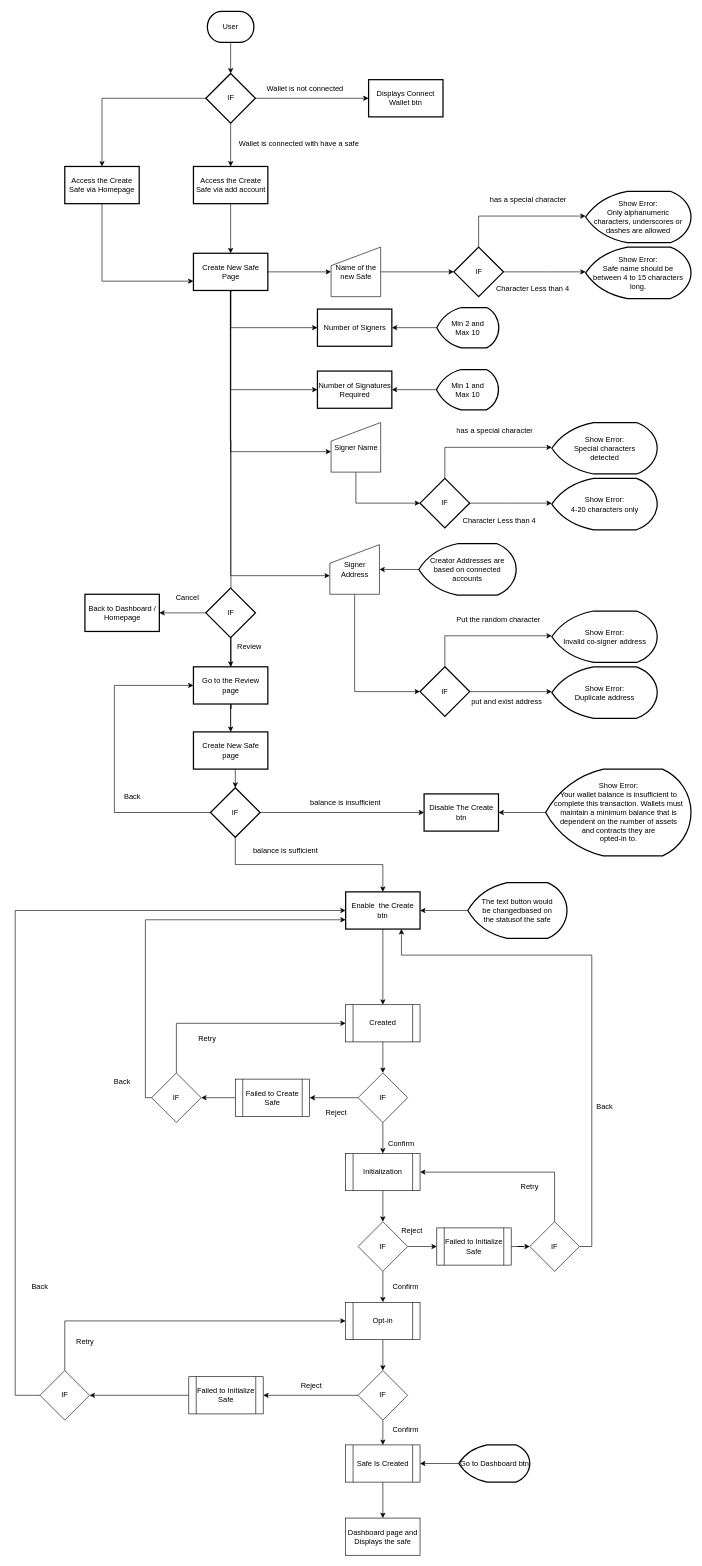
This is page "Create new Safe" (2 of 2) of AlgoSafe.drawio from RotamaPandi/AlgoSafe_WorkFlow, a draw.io file, before an edit. Source tidied: cells renumbered, new cells numbered last; positions are measured from the earlier drawing's top-left corner, leaving out a move shared by most shapes. Both pictures are drawn from the tidied source at 62%, with x=0, y=0 at pixel (15, 11).
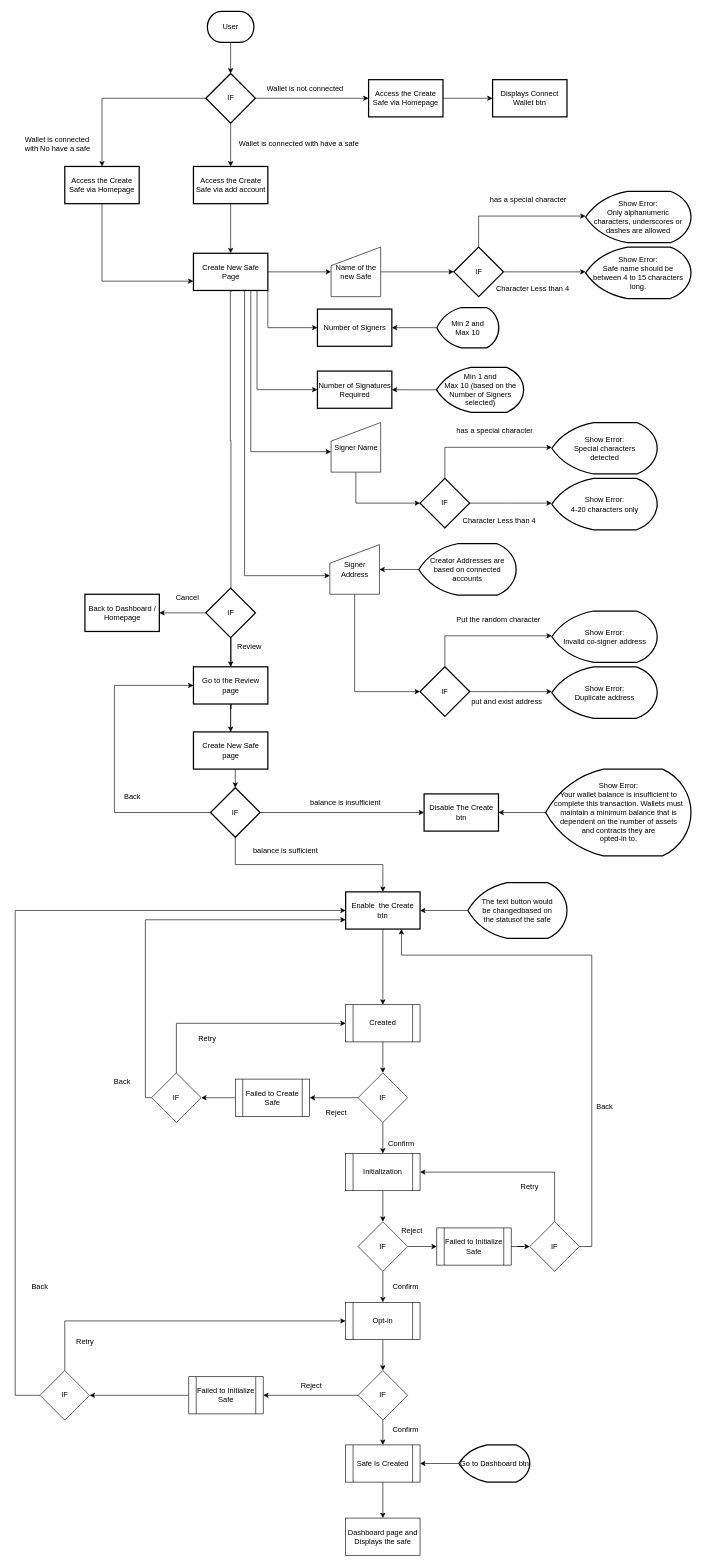
The same page after the edit.

The change refers to these unchanged cells:
```xml
<mxCell id="18" value="Create New Safe Page" style="whiteSpace=wrap;html=1;strokeWidth=2;" parent="1" vertex="1">
  <mxGeometry x="287.5" y="390" width="120" height="60" as="geometry" />
</mxCell>
<mxCell id="26" value="Number of Signers" style="whiteSpace=wrap;html=1;strokeWidth=2;" parent="1" vertex="1">
  <mxGeometry x="487.5" y="480" width="120" height="60" as="geometry" />
</mxCell>
<mxCell id="29" value="Number of Signatures Required" style="whiteSpace=wrap;html=1;strokeWidth=2;" parent="1" vertex="1">
  <mxGeometry x="487.5" y="580" width="120" height="60" as="geometry" />
</mxCell>
<mxCell id="62" value="Signer Name" style="shape=manualInput;whiteSpace=wrap;html=1;" parent="1" vertex="1">
  <mxGeometry x="509.5" y="663" width="80" height="80" as="geometry" />
</mxCell>
<mxCell id="63" value="Signer Address" style="shape=manualInput;whiteSpace=wrap;html=1;" parent="1" vertex="1">
  <mxGeometry x="507.5" y="860" width="80" height="80" as="geometry" />
</mxCell>
```

Diff of the diagram source:
```diff
@@
+    <mxCell id="128" style="edgeStyle=orthogonalEdgeStyle;rounded=0;jettySize=auto;html=1;" parent="1" edge="1" source="10" target="130">
+      <mxGeometry relative="1" as="geometry" />
+    </mxCell>
-    <mxCell id="10" value="Displays Connect Wallet btn" style="whiteSpace=wrap;html=1;strokeWidth=2;" parent="1" vertex="1">
+    <mxCell id="10" value="Access the Create Safe via Homepage" style="whiteSpace=wrap;html=1;strokeWidth=2;" parent="1" vertex="1">
       <mxGeometry x="570" y="110" width="120" height="60" as="geometry" />
     </mxCell>
@@
-    <mxCell id="16" style="edgeStyle=orthogonalEdgeStyle;rounded=0;jettySize=auto;html=1;" parent="1" edge="1" source="18" target="26">
+    <mxCell id="16" style="edgeStyle=orthogonalEdgeStyle;rounded=0;jettySize=auto;html=1;exitX=1;exitY=1;exitDx=0;exitDy=0;" parent="1" edge="1" source="18" target="26">
       <mxGeometry relative="1" as="geometry">
         <Array as="points">
-          <mxPoint x="348" y="510" />
+          <mxPoint x="407" y="510" />
         </Array>
       </mxGeometry>
     </mxCell>
@@
-    <mxCell id="25" style="edgeStyle=orthogonalEdgeStyle;rounded=0;jettySize=auto;html=1;exitX=0.5;exitY=1;exitDx=0;exitDy=0;entryX=0;entryY=0.5;entryDx=0;entryDy=0;" parent="1" edge="1" source="18" target="29">
+    <mxCell id="25" style="edgeStyle=orthogonalEdgeStyle;rounded=0;jettySize=auto;html=1;entryX=0;entryY=0.5;entryDx=0;entryDy=0;" parent="1" edge="1" target="29">
       <mxGeometry relative="1" as="geometry">
+        <mxPoint x="390" y="450" as="sourcePoint" />
         <Array as="points">
-          <mxPoint x="348" y="610" />
+          <mxPoint x="390" y="450" />
+          <mxPoint x="390" y="610" />
         </Array>
       </mxGeometry>
     </mxCell>
@@
-    <mxCell id="31" value="&lt;div&gt;Min 1 and &lt;br&gt;&lt;/div&gt;&lt;div&gt;Max 10&lt;/div&gt;" style="strokeWidth=2;html=1;shape=mxgraph.flowchart.display;whiteSpace=wrap;" parent="1" vertex="1">
-      <mxGeometry x="679.5" y="577.5" width="100" height="65" as="geometry" />
+    <mxCell id="31" value="&lt;div&gt;Min 1 and &lt;br&gt;&lt;/div&gt;&lt;div&gt;Max 10 (based on the Number of Signers selected)&lt;br&gt;&lt;/div&gt;" style="strokeWidth=2;html=1;shape=mxgraph.flowchart.display;whiteSpace=wrap;" parent="1" vertex="1">
+      <mxGeometry x="679.5" y="574" width="140.5" height="72.5" as="geometry" />
     </mxCell>
@@
-    <mxCell id="33" style="edgeStyle=orthogonalEdgeStyle;rounded=0;jettySize=auto;html=1;exitX=0.5;exitY=1;exitDx=0;exitDy=0;" parent="1" edge="1" source="18" target="62">
+    <mxCell id="33" style="edgeStyle=orthogonalEdgeStyle;rounded=0;jettySize=auto;html=1;" parent="1" edge="1" target="62">
       <mxGeometry relative="1" as="geometry">
+        <mxPoint x="380" y="450" as="sourcePoint" />
         <Array as="points">
-          <mxPoint x="348" y="710" />
+          <mxPoint x="380" y="450" />
+          <mxPoint x="380" y="710" />
         </Array>
       </mxGeometry>
     </mxCell>
@@
-    <mxCell id="44" style="edgeStyle=orthogonalEdgeStyle;rounded=0;jettySize=auto;html=1;exitX=0.5;exitY=1;exitDx=0;exitDy=0;" parent="1" edge="1" source="18" target="63">
+    <mxCell id="44" style="edgeStyle=orthogonalEdgeStyle;rounded=0;jettySize=auto;html=1;exitX=0.699;exitY=0.988;exitDx=0;exitDy=0;exitPerimeter=0;" parent="1" edge="1" source="18" target="63">
       <mxGeometry relative="1" as="geometry">
         <Array as="points">
-          <mxPoint x="348" y="910" />
+          <mxPoint x="370" y="449" />
+          <mxPoint x="370" y="910" />
         </Array>
       </mxGeometry>
     </mxCell>
@@
+    <mxCell id="129" value="&lt;div&gt;Wallet is connected &lt;br&gt;&lt;/div&gt;&lt;div&gt;with No have a safe&lt;/div&gt;" style="text;strokeColor=none;fillColor=none;align=left;verticalAlign=top;spacingLeft=4;spacingRight=4;overflow=hidden;whiteSpace=wrap;html=1;" parent="1" vertex="1">
+      <mxGeometry x="10" y="193" width="117.5" height="40" as="geometry" />
+    </mxCell>
+    <mxCell id="130" value="Displays Connect Wallet btn" style="whiteSpace=wrap;html=1;strokeWidth=2;" parent="1" vertex="1">
+      <mxGeometry x="770" y="110" width="120" height="60" as="geometry" />
+    </mxCell>
```
